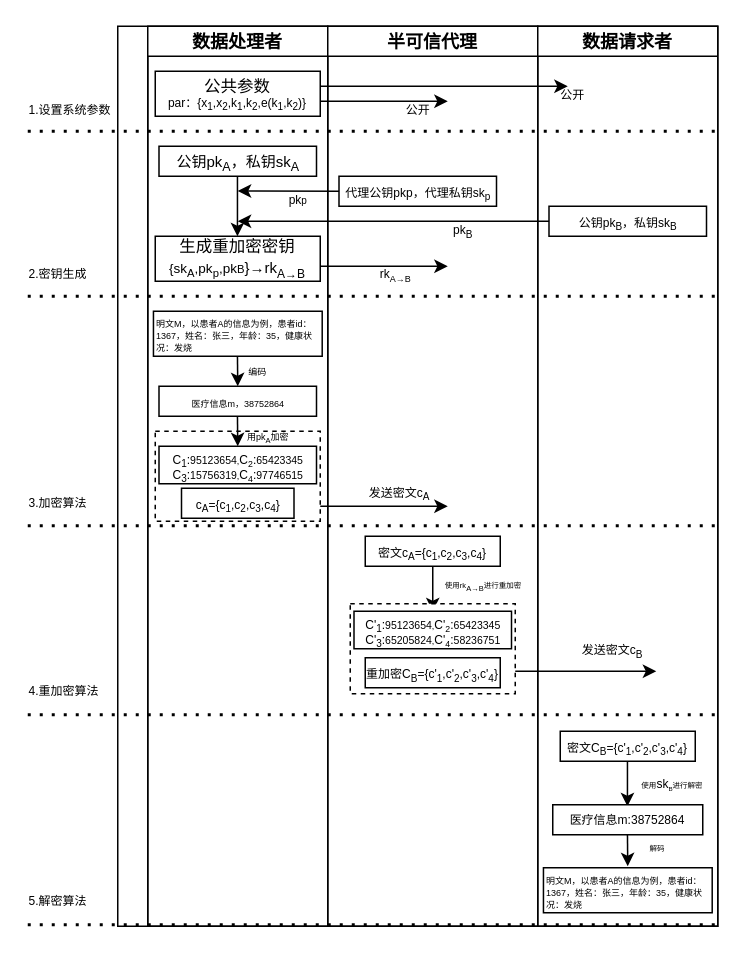
The draw.io diagram 未命名绘图.drawio in jql123456/picture, before the edit. Source tidied: cells renumbered, new cells numbered last; positions are measured from the earlier drawing's top-left corner, leaving out a move shared by most shapes. Both pictures are drawn from the tidied source at 150%, with x=0, y=0 at pixel (26, 26).
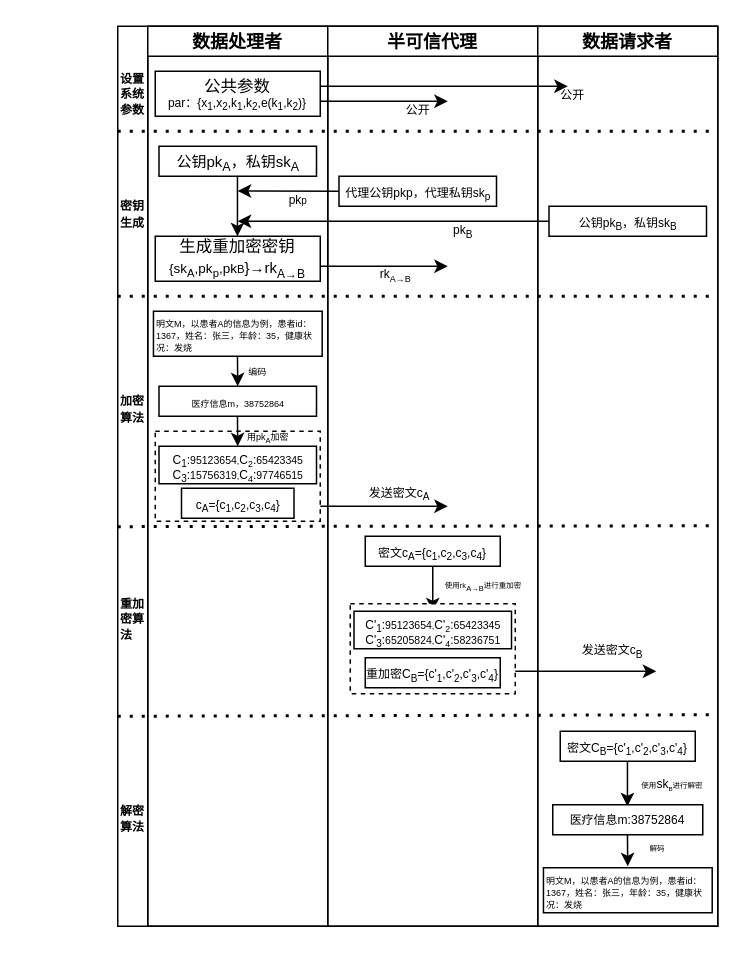
The same diagram, later.

The change refers to these unchanged cells:
```xml
<mxCell id="2" style="swimlane;startSize=20;horizontal=0;" parent="1" vertex="1">
  <mxGeometry x="61" width="400" height="600" as="geometry" />
</mxCell>
<mxCell id="3" value="数据处理者" style="swimlane;startSize=20;" parent="2" vertex="1">
  <mxGeometry x="20" width="120" height="600" as="geometry" />
</mxCell>
<mxCell id="19" value="半可信代理" style="swimlane;startSize=20;" parent="2" vertex="1">
  <mxGeometry x="140" width="140" height="600" as="geometry" />
</mxCell>
```

Change to the diagram source:
```diff
@@
     <mxCell id="18" style="endArrow=none;dashed=1;html=1;dashPattern=1 3;strokeWidth=2;rounded=0;" parent="3" edge="1">
       <mxGeometry relative="1" as="geometry">
-        <mxPoint x="-80" y="459" as="sourcePoint" />
+        <mxPoint x="-20" y="460" as="sourcePoint" />
         <mxPoint x="380" y="459" as="targetPoint" />
       </mxGeometry>
     </mxCell>
@@
-    <mxCell id="29" style="endArrow=none;dashed=1;html=1;dashPattern=1 3;strokeWidth=2;rounded=0;" parent="19" edge="1">
+    <mxCell id="29" style="endArrow=none;dashed=1;html=1;dashPattern=1 3;strokeWidth=2;rounded=0;exitX=0;exitY=0.556;exitDx=0;exitDy=0;exitPerimeter=0;" parent="19" edge="1" source="2">
       <mxGeometry relative="1" as="geometry">
-        <mxPoint x="-200" y="333" as="sourcePoint" />
         <mxPoint x="260" y="333" as="targetPoint" />
       </mxGeometry>
     </mxCell>
     <mxCell id="30" style="endArrow=none;dashed=1;html=1;dashPattern=1 3;strokeWidth=2;rounded=0;" parent="19" edge="1">
       <mxGeometry relative="1" as="geometry">
-        <mxPoint x="-200" y="180" as="sourcePoint" />
+        <mxPoint x="-140" y="180" as="sourcePoint" />
         <mxPoint x="260" y="180" as="targetPoint" />
       </mxGeometry>
     </mxCell>
     <mxCell id="31" style="endArrow=none;dashed=1;html=1;dashPattern=1 3;strokeWidth=2;rounded=0;" parent="19" edge="1">
       <mxGeometry relative="1" as="geometry">
-        <mxPoint x="-200" y="70" as="sourcePoint" />
+        <mxPoint x="-140" y="70" as="sourcePoint" />
         <mxPoint x="260" y="70" as="targetPoint" />
       </mxGeometry>
     </mxCell>
@@
-    <mxCell id="39" style="endArrow=none;dashed=1;html=1;dashPattern=1 3;strokeWidth=2;rounded=0;" parent="19" edge="1">
-      <mxGeometry relative="1" as="geometry">
-        <mxPoint x="-200" y="599" as="sourcePoint" />
-        <mxPoint x="260" y="599" as="targetPoint" />
-      </mxGeometry>
-    </mxCell>
@@
-    <mxCell id="55" value="&lt;font style=&quot;font-size: 8px;&quot;&gt;1.设置系统参数&lt;/font&gt;" style="text;strokeColor=none;align=left;fillColor=none;html=1;verticalAlign=middle;whiteSpace=wrap;rounded=0;" parent="1" vertex="1">
-      <mxGeometry y="40" width="60" height="30" as="geometry" />
+    <mxCell id="55" value="&lt;p style=&quot;line-height: 80%;&quot;&gt;&lt;font style=&quot;font-size: 8px;&quot;&gt;&lt;b&gt;设置系统参数&lt;/b&gt;&lt;/font&gt;&lt;/p&gt;" style="text;strokeColor=none;align=left;fillColor=none;html=1;verticalAlign=middle;whiteSpace=wrap;rounded=0;" parent="1" vertex="1">
+      <mxGeometry x="61" y="30" width="19" height="30" as="geometry" />
     </mxCell>
-    <mxCell id="56" value="&lt;div&gt;&lt;span style=&quot;font-size: 8px;&quot;&gt;5.解密算法&lt;/span&gt;&lt;/div&gt;" style="text;strokeColor=none;align=left;fillColor=none;html=1;verticalAlign=middle;whiteSpace=wrap;rounded=0;" parent="1" vertex="1">
-      <mxGeometry y="567" width="60" height="30" as="geometry" />
+    <mxCell id="56" value="&lt;div style=&quot;line-height: 80%;&quot;&gt;&lt;span style=&quot;font-size: 8px;&quot;&gt;&lt;b&gt;解密算法&lt;/b&gt;&lt;/span&gt;&lt;/div&gt;" style="text;strokeColor=none;align=left;fillColor=none;html=1;verticalAlign=middle;whiteSpace=wrap;rounded=0;" parent="1" vertex="1">
+      <mxGeometry x="61" y="513" width="19" height="30" as="geometry" />
     </mxCell>
-    <mxCell id="57" value="&lt;font style=&quot;font-size: 8px;&quot;&gt;4.重加密算法&lt;/font&gt;" style="text;strokeColor=none;align=left;fillColor=none;html=1;verticalAlign=middle;whiteSpace=wrap;rounded=0;" parent="1" vertex="1">
-      <mxGeometry y="427" width="60" height="30" as="geometry" />
-    </mxCell>
-    <mxCell id="58" value="&lt;font style=&quot;font-size: 8px;&quot;&gt;3.加密算法&lt;/font&gt;" style="text;strokeColor=none;align=left;fillColor=none;html=1;verticalAlign=middle;whiteSpace=wrap;rounded=0;" parent="1" vertex="1">
-      <mxGeometry y="302" width="60" height="30" as="geometry" />
-    </mxCell>
-    <mxCell id="59" value="&lt;font style=&quot;font-size: 8px;&quot;&gt;2.密钥生成&lt;/font&gt;" style="text;strokeColor=none;align=left;fillColor=none;html=1;verticalAlign=middle;whiteSpace=wrap;rounded=0;" parent="1" vertex="1">
-      <mxGeometry y="149" width="60" height="30" as="geometry" />
-    </mxCell>
+    <mxCell id="60" value="&lt;p style=&quot;line-height: 80%;&quot;&gt;&lt;span style=&quot;font-size: 8px;&quot;&gt;&lt;b&gt;密钥生成&lt;/b&gt;&lt;/span&gt;&lt;br&gt;&lt;/p&gt;" style="text;strokeColor=none;align=left;fillColor=none;html=1;verticalAlign=middle;whiteSpace=wrap;rounded=0;" parent="1" vertex="1">
+      <mxGeometry x="61" y="110" width="19" height="30" as="geometry" />
+    </mxCell>
+    <mxCell id="61" value="&lt;p style=&quot;line-height: 80%;&quot;&gt;&lt;span style=&quot;font-size: 8px;&quot;&gt;&lt;b&gt;加密算法&lt;/b&gt;&lt;/span&gt;&lt;br&gt;&lt;/p&gt;" style="text;strokeColor=none;align=left;fillColor=none;html=1;verticalAlign=middle;whiteSpace=wrap;rounded=0;" parent="1" vertex="1">
+      <mxGeometry x="60.5" y="240" width="19" height="30" as="geometry" />
+    </mxCell>
+    <mxCell id="62" value="&lt;p style=&quot;line-height: 80%;&quot;&gt;&lt;span style=&quot;font-size: 8px;&quot;&gt;&lt;b&gt;重加密算法&lt;/b&gt;&lt;/span&gt;&lt;br&gt;&lt;/p&gt;" style="text;strokeColor=none;align=left;fillColor=none;html=1;verticalAlign=middle;whiteSpace=wrap;rounded=0;" parent="1" vertex="1">
+      <mxGeometry x="61" y="380" width="19" height="30" as="geometry" />
+    </mxCell>
```
